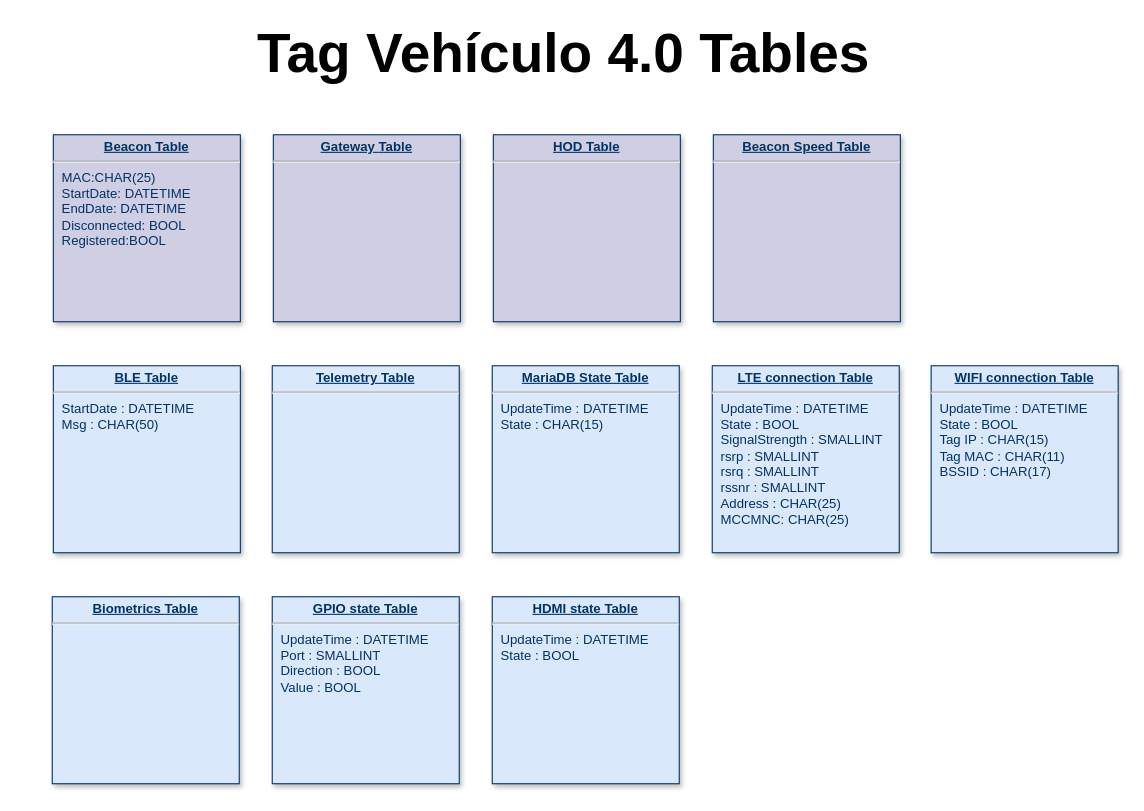
The draw.io diagram Bases de datos de Tag Vehiculo 4_0.drawio in CesarRodriguez14/Tag_Vehiculo_4_0_Diagramas, before the edit. Source tidied: cells renumbered, new cells numbered last; positions are measured from the earlier drawing's top-left corner, leaving out a move shared by most shapes. Both pictures are drawn from the tidied source at 110%, with x=0, y=0 at pixel (19, 24).
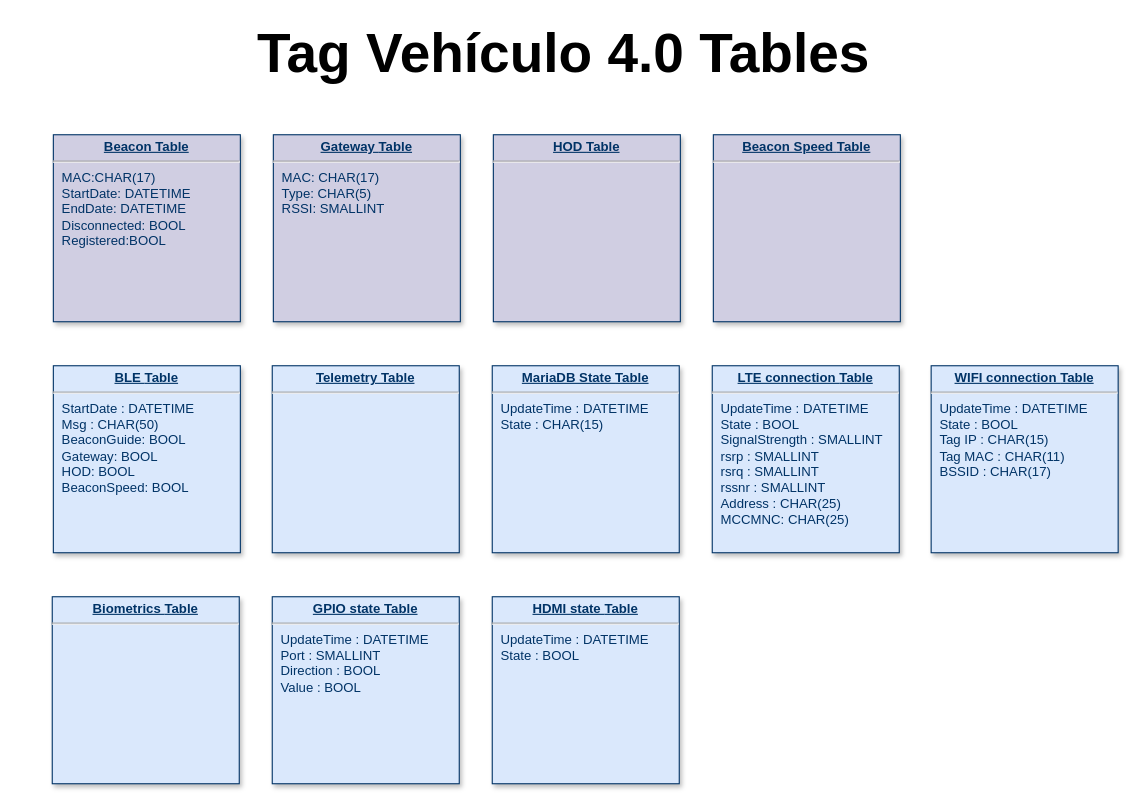
Above is the later version.

The edit, as a diff of the source:
```diff
@@
 <mxGraphModel>
   <root>
     <mxCell id="0" />
     <mxCell id="1" parent="0" />
-    <mxCell id="2" value="&lt;p style=&quot;margin: 0px; margin-top: 4px; text-align: center; text-decoration: underline;&quot;&gt;&lt;b&gt;BLE&amp;nbsp;&lt;/b&gt;&lt;b style=&quot;background-color: initial;&quot;&gt;Table&lt;/b&gt;&lt;/p&gt;&lt;hr&gt;&lt;p style=&quot;margin: 0px; margin-left: 8px;&quot;&gt;StartDate : DATETIME&lt;/p&gt;&lt;p style=&quot;margin: 0px; margin-left: 8px;&quot;&gt;Msg : CHAR(50)&lt;/p&gt;" style="verticalAlign=top;align=left;overflow=fill;fontSize=12;fontFamily=Helvetica;html=1;strokeColor=#003366;shadow=1;fillColor=#DAE8FC;fontColor=#003366;" parent="1" vertex="1">
+    <mxCell id="2" value="&lt;p style=&quot;margin: 0px; margin-top: 4px; text-align: center; text-decoration: underline;&quot;&gt;&lt;b&gt;BLE&amp;nbsp;&lt;/b&gt;&lt;b style=&quot;background-color: initial;&quot;&gt;Table&lt;/b&gt;&lt;/p&gt;&lt;hr&gt;&lt;p style=&quot;margin: 0px; margin-left: 8px;&quot;&gt;StartDate : DATETIME&lt;/p&gt;&lt;p style=&quot;margin: 0px; margin-left: 8px;&quot;&gt;Msg : CHAR(50)&lt;/p&gt;&lt;p style=&quot;margin: 0px; margin-left: 8px;&quot;&gt;BeaconGuide: BOOL&lt;/p&gt;&lt;p style=&quot;margin: 0px; margin-left: 8px;&quot;&gt;Gateway: BOOL&lt;/p&gt;&lt;p style=&quot;margin: 0px; margin-left: 8px;&quot;&gt;HOD: BOOL&lt;/p&gt;&lt;p style=&quot;margin: 0px; margin-left: 8px;&quot;&gt;BeaconSpeed: BOOL&lt;/p&gt;" style="verticalAlign=top;align=left;overflow=fill;fontSize=12;fontFamily=Helvetica;html=1;strokeColor=#003366;shadow=1;fillColor=#DAE8FC;fontColor=#003366;" parent="1" vertex="1">
       <mxGeometry x="31" y="310" width="170" height="170" as="geometry" />
     </mxCell>
-    <mxCell id="3" value="&lt;p style=&quot;margin: 0px; margin-top: 4px; text-align: center; text-decoration: underline;&quot;&gt;&lt;b&gt;Beacon Table&lt;/b&gt;&lt;/p&gt;&lt;hr&gt;&lt;p style=&quot;margin: 0px; margin-left: 8px;&quot;&gt;MAC:CHAR(25)&lt;/p&gt;&lt;p style=&quot;margin: 0px; margin-left: 8px;&quot;&gt;StartDate: DATETIME&lt;/p&gt;&lt;p style=&quot;margin: 0px; margin-left: 8px;&quot;&gt;EndDate: DATETIME&lt;/p&gt;&lt;p style=&quot;margin: 0px; margin-left: 8px;&quot;&gt;Disconnected: BOOL&lt;/p&gt;&lt;p style=&quot;margin: 0px; margin-left: 8px;&quot;&gt;Registered:BOOL&lt;/p&gt;" style="verticalAlign=top;align=left;overflow=fill;fontSize=12;fontFamily=Helvetica;html=1;strokeColor=#003366;shadow=1;fillColor=#D0CEE2;fontColor=#003366;" parent="1" vertex="1">
+    <mxCell id="3" value="&lt;p style=&quot;margin: 0px; margin-top: 4px; text-align: center; text-decoration: underline;&quot;&gt;&lt;b&gt;Beacon Table&lt;/b&gt;&lt;/p&gt;&lt;hr&gt;&lt;p style=&quot;margin: 0px; margin-left: 8px;&quot;&gt;MAC:CHAR(17)&lt;/p&gt;&lt;p style=&quot;margin: 0px; margin-left: 8px;&quot;&gt;StartDate: DATETIME&lt;/p&gt;&lt;p style=&quot;margin: 0px; margin-left: 8px;&quot;&gt;EndDate: DATETIME&lt;/p&gt;&lt;p style=&quot;margin: 0px; margin-left: 8px;&quot;&gt;Disconnected: BOOL&lt;/p&gt;&lt;p style=&quot;margin: 0px; margin-left: 8px;&quot;&gt;Registered:BOOL&lt;/p&gt;" style="verticalAlign=top;align=left;overflow=fill;fontSize=12;fontFamily=Helvetica;html=1;strokeColor=#003366;shadow=1;fillColor=#D0CEE2;fontColor=#003366;" parent="1" vertex="1">
       <mxGeometry x="31" y="100" width="170" height="170" as="geometry" />
     </mxCell>
-    <mxCell id="4" value="&lt;p style=&quot;margin: 0px; margin-top: 4px; text-align: center; text-decoration: underline;&quot;&gt;&lt;b&gt;Gateway&amp;nbsp;&lt;/b&gt;&lt;b style=&quot;background-color: initial;&quot;&gt;Table&lt;/b&gt;&lt;/p&gt;&lt;hr&gt;&lt;p style=&quot;margin: 0px; margin-left: 8px;&quot;&gt;&lt;br&gt;&lt;/p&gt;" style="verticalAlign=top;align=left;overflow=fill;fontSize=12;fontFamily=Helvetica;html=1;strokeColor=#003366;shadow=1;fillColor=#D0CEE2;fontColor=#003366;" parent="1" vertex="1">
+    <mxCell id="4" value="&lt;p style=&quot;margin: 0px; margin-top: 4px; text-align: center; text-decoration: underline;&quot;&gt;&lt;b&gt;Gateway&amp;nbsp;&lt;/b&gt;&lt;b style=&quot;background-color: initial;&quot;&gt;Table&lt;/b&gt;&lt;/p&gt;&lt;hr&gt;&lt;p style=&quot;margin: 0px; margin-left: 8px;&quot;&gt;MAC: CHAR(17)&lt;/p&gt;&lt;p style=&quot;margin: 0px; margin-left: 8px;&quot;&gt;Type: CHAR(5)&lt;/p&gt;&lt;p style=&quot;margin: 0px; margin-left: 8px;&quot;&gt;RSSI: SMALLINT&lt;/p&gt;" style="verticalAlign=top;align=left;overflow=fill;fontSize=12;fontFamily=Helvetica;html=1;strokeColor=#003366;shadow=1;fillColor=#D0CEE2;fontColor=#003366;" parent="1" vertex="1">
       <mxGeometry x="231" y="100" width="170" height="170" as="geometry" />
     </mxCell>
     <mxCell id="5" value="&lt;p style=&quot;margin: 0px; margin-top: 4px; text-align: center; text-decoration: underline;&quot;&gt;&lt;b&gt;HOD&amp;nbsp;&lt;/b&gt;&lt;b style=&quot;background-color: initial;&quot;&gt;Table&lt;/b&gt;&lt;/p&gt;&lt;hr&gt;&lt;p style=&quot;margin: 0px; margin-left: 8px;&quot;&gt;&lt;br&gt;&lt;/p&gt;" style="verticalAlign=top;align=left;overflow=fill;fontSize=12;fontFamily=Helvetica;html=1;strokeColor=#003366;shadow=1;fillColor=#D0CEE2;fontColor=#003366;" parent="1" vertex="1">
       <mxGeometry x="431" y="100" width="170" height="170" as="geometry" />
     </mxCell>
     <mxCell id="6" value="&lt;p style=&quot;margin: 0px; margin-top: 4px; text-align: center; text-decoration: underline;&quot;&gt;&lt;b&gt;Beacon Speed&amp;nbsp;&lt;/b&gt;&lt;b style=&quot;background-color: initial;&quot;&gt;Table&lt;/b&gt;&lt;/p&gt;&lt;hr&gt;&lt;p style=&quot;margin: 0px; margin-left: 8px;&quot;&gt;&lt;br&gt;&lt;/p&gt;" style="verticalAlign=top;align=left;overflow=fill;fontSize=12;fontFamily=Helvetica;html=1;strokeColor=#003366;shadow=1;fillColor=#D0CEE2;fontColor=#003366;" parent="1" vertex="1">
       <mxGeometry x="631" y="100" width="170" height="170" as="geometry" />
     </mxCell>
     <mxCell id="7" value="&lt;p style=&quot;margin: 0px; margin-top: 4px; text-align: center; text-decoration: underline;&quot;&gt;&lt;b&gt;GPIO state&amp;nbsp;&lt;/b&gt;&lt;b style=&quot;background-color: initial;&quot;&gt;Table&lt;/b&gt;&lt;/p&gt;&lt;hr&gt;&lt;p style=&quot;margin: 0px; margin-left: 8px;&quot;&gt;UpdateTime : DATETIME&lt;br&gt;&lt;/p&gt;&lt;p style=&quot;margin: 0px; margin-left: 8px;&quot;&gt;Port : SMALLINT&lt;/p&gt;&lt;p style=&quot;margin: 0px; margin-left: 8px;&quot;&gt;Direction : BOOL&lt;/p&gt;&lt;p style=&quot;margin: 0px; margin-left: 8px;&quot;&gt;Value : BOOL&lt;/p&gt;" style="verticalAlign=top;align=left;overflow=fill;fontSize=12;fontFamily=Helvetica;html=1;strokeColor=#003366;shadow=1;fillColor=#DAE8FC;fontColor=#003366;" parent="1" vertex="1">
       <mxGeometry x="230" y="520" width="170" height="170" as="geometry" />
     </mxCell>
     <mxCell id="8" value="&lt;p style=&quot;margin: 0px; margin-top: 4px; text-align: center; text-decoration: underline;&quot;&gt;&lt;b&gt;HDMI state&amp;nbsp;&lt;/b&gt;&lt;b style=&quot;background-color: initial;&quot;&gt;Table&lt;/b&gt;&lt;/p&gt;&lt;hr&gt;&lt;p style=&quot;margin: 0px 0px 0px 8px;&quot;&gt;UpdateTime : DATETIME&lt;/p&gt;&lt;p style=&quot;margin: 0px 0px 0px 8px;&quot;&gt;State : BOOL&lt;/p&gt;&lt;p style=&quot;margin: 0px 0px 0px 8px;&quot;&gt;&lt;br&gt;&lt;/p&gt;" style="verticalAlign=top;align=left;overflow=fill;fontSize=12;fontFamily=Helvetica;html=1;strokeColor=#003366;shadow=1;fillColor=#DAE8FC;fontColor=#003366;" parent="1" vertex="1">
       <mxGeometry x="430" y="520" width="170" height="170" as="geometry" />
     </mxCell>
     <mxCell id="9" value="&lt;p style=&quot;margin: 0px; margin-top: 4px; text-align: center; text-decoration: underline;&quot;&gt;&lt;b&gt;Telemetry&amp;nbsp;&lt;/b&gt;&lt;b style=&quot;background-color: initial;&quot;&gt;Table&lt;/b&gt;&lt;/p&gt;&lt;hr&gt;&lt;p style=&quot;margin: 0px; margin-left: 8px;&quot;&gt;&lt;br&gt;&lt;/p&gt;" style="verticalAlign=top;align=left;overflow=fill;fontSize=12;fontFamily=Helvetica;html=1;strokeColor=#003366;shadow=1;fillColor=#DAE8FC;fontColor=#003366;" parent="1" vertex="1">
       <mxGeometry x="230" y="310" width="170" height="170" as="geometry" />
     </mxCell>
     <mxCell id="10" value="&lt;p style=&quot;margin: 0px; margin-top: 4px; text-align: center; text-decoration: underline;&quot;&gt;&lt;b&gt;LTE connection&amp;nbsp;&lt;/b&gt;&lt;b style=&quot;background-color: initial;&quot;&gt;Table&lt;/b&gt;&lt;/p&gt;&lt;hr&gt;&lt;p style=&quot;margin: 0px; margin-left: 8px;&quot;&gt;UpdateTime : DATETIME&lt;br&gt;&lt;/p&gt;&lt;p style=&quot;margin: 0px; margin-left: 8px;&quot;&gt;State : BOOL&lt;/p&gt;&lt;p style=&quot;margin: 0px; margin-left: 8px;&quot;&gt;SignalStrength : SMALLINT&lt;/p&gt;&lt;p style=&quot;margin: 0px; margin-left: 8px;&quot;&gt;rsrp : SMALLINT&lt;/p&gt;&lt;p style=&quot;margin: 0px; margin-left: 8px;&quot;&gt;rsrq : SMALLINT&lt;/p&gt;&lt;p style=&quot;margin: 0px; margin-left: 8px;&quot;&gt;rssnr : SMALLINT&lt;/p&gt;&lt;p style=&quot;margin: 0px; margin-left: 8px;&quot;&gt;Address : CHAR(25)&amp;nbsp;&lt;/p&gt;&lt;p style=&quot;margin: 0px; margin-left: 8px;&quot;&gt;MCCMNC: CHAR(25)&lt;/p&gt;" style="verticalAlign=top;align=left;overflow=fill;fontSize=12;fontFamily=Helvetica;html=1;strokeColor=#003366;shadow=1;fillColor=#DAE8FC;fontColor=#003366;" parent="1" vertex="1">
       <mxGeometry x="630" y="310" width="170" height="170" as="geometry" />
     </mxCell>
     <mxCell id="11" value="&lt;p style=&quot;margin: 0px; margin-top: 4px; text-align: center; text-decoration: underline;&quot;&gt;&lt;b&gt;Biometrics&amp;nbsp;&lt;/b&gt;&lt;b style=&quot;background-color: initial;&quot;&gt;Table&lt;/b&gt;&lt;/p&gt;&lt;hr&gt;&lt;p style=&quot;margin: 0px; margin-left: 8px;&quot;&gt;&lt;br&gt;&lt;/p&gt;" style="verticalAlign=top;align=left;overflow=fill;fontSize=12;fontFamily=Helvetica;html=1;strokeColor=#003366;shadow=1;fillColor=#DAE8FC;fontColor=#003366;" parent="1" vertex="1">
       <mxGeometry x="30" y="520" width="170" height="170" as="geometry" />
     </mxCell>
     <mxCell id="12" value="&lt;p style=&quot;margin: 0px; margin-top: 4px; text-align: center; text-decoration: underline;&quot;&gt;&lt;b&gt;MariaDB State&amp;nbsp;&lt;/b&gt;&lt;b style=&quot;background-color: initial;&quot;&gt;Table&lt;/b&gt;&lt;/p&gt;&lt;hr&gt;&lt;p style=&quot;margin: 0px 0px 0px 8px;&quot;&gt;UpdateTime : DATETIME&lt;/p&gt;&lt;p style=&quot;margin: 0px 0px 0px 8px;&quot;&gt;State : CHAR(15)&lt;/p&gt;&lt;p style=&quot;margin: 0px 0px 0px 8px;&quot;&gt;&lt;br&gt;&lt;/p&gt;" style="verticalAlign=top;align=left;overflow=fill;fontSize=12;fontFamily=Helvetica;html=1;strokeColor=#003366;shadow=1;fillColor=#DAE8FC;fontColor=#003366;" parent="1" vertex="1">
       <mxGeometry x="430" y="310" width="170" height="170" as="geometry" />
     </mxCell>
     <mxCell id="13" value="&lt;p style=&quot;margin: 0px; margin-top: 4px; text-align: center; text-decoration: underline;&quot;&gt;&lt;b&gt;WIFI connection&amp;nbsp;&lt;/b&gt;&lt;b style=&quot;background-color: initial;&quot;&gt;Table&lt;/b&gt;&lt;/p&gt;&lt;hr&gt;&lt;p style=&quot;margin: 0px; margin-left: 8px;&quot;&gt;UpdateTime : DATETIME&lt;/p&gt;&lt;p style=&quot;margin: 0px; margin-left: 8px;&quot;&gt;State : BOOL&lt;/p&gt;&lt;p style=&quot;margin: 0px; margin-left: 8px;&quot;&gt;Tag IP :&amp;nbsp;&lt;span style=&quot;background-color: initial;&quot;&gt;CHAR(15)&lt;/span&gt;&lt;/p&gt;&lt;p style=&quot;margin: 0px; margin-left: 8px;&quot;&gt;Tag MAC : CHAR(11)&lt;/p&gt;&lt;p style=&quot;margin: 0px; margin-left: 8px;&quot;&gt;BSSID : CHAR(17)&lt;/p&gt;&lt;p style=&quot;margin: 0px; margin-left: 8px;&quot;&gt;&lt;br&gt;&lt;/p&gt;" style="verticalAlign=top;align=left;overflow=fill;fontSize=12;fontFamily=Helvetica;html=1;strokeColor=#003366;shadow=1;fillColor=#DAE8FC;fontColor=#003366;" parent="1" vertex="1">
       <mxGeometry x="829" y="310" width="170" height="170" as="geometry" />
     </mxCell>
     <mxCell id="14" value="Tag Vehículo 4.0 Tables" style="text;html=1;align=center;verticalAlign=middle;whiteSpace=wrap;rounded=0;fontSize=50;fontStyle=1;" parent="1" vertex="1">
       <mxGeometry width="990" height="50" as="geometry" />
     </mxCell>
   </root>
 </mxGraphModel>
```
